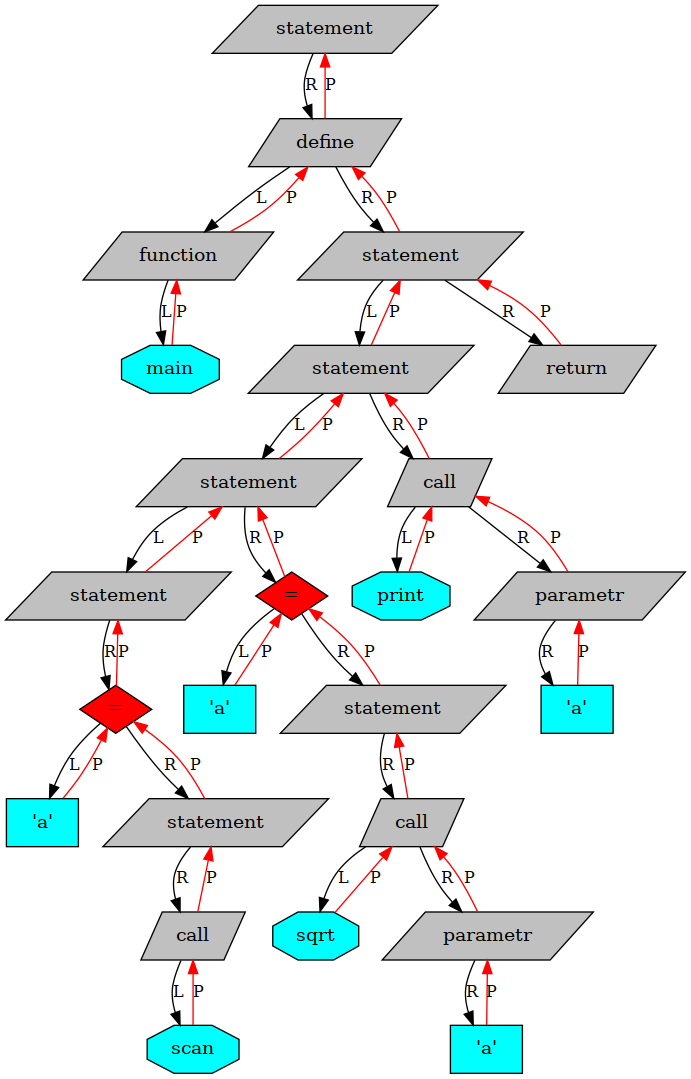
vihlancevk/MyProgrammingLanguage keeps this Graphviz diagram as graphviz.png. Above is the earlier version. Its source is kept beside it as graphviz.gv. Source of this version:
```dot
digraph Tree{

	rankdir=UD;

	node[fontsize=14];

	94392275465584[shape=record, shape=parallelogram, style="filled", fillcolor=grey, label="statement"];
	94392275465648[shape=record, shape=parallelogram, style="filled", fillcolor=grey, label="define"];
	94392275466128[shape=record, shape=parallelogram, style="filled", fillcolor=grey, label="function"];
	94392275466608[shape=record, shape=octagon, style="filled", fillcolor=cyan, label="main"];
	94392275492304[shape=record, shape=parallelogram, style="filled", fillcolor=grey, label="statement"];
	94392275489904[shape=record, shape=parallelogram, style="filled", fillcolor=grey, label="statement"];
	94392275469136[shape=record, shape=parallelogram, style="filled", fillcolor=grey, label="statement"];
	94392275467088[shape=record, shape=parallelogram, style="filled", fillcolor=grey, label="statement"];
	94392275467152[shape=record, shape=diamond, style="filled", fillcolor=red, label="="];
	94392275467632[shape=record, shape=rectangle, style="filled", fillcolor=cyan, label="'a'"];
	94392275468112[shape=record, shape=parallelogram, style="filled", fillcolor=grey, label="statement"];
	94392275468176[shape=record, shape=parallelogram, style="filled", fillcolor=grey, label="call"];
	94392275468656[shape=record, shape=octagon, style="filled", fillcolor=cyan, label="scan"];
	94392275469200[shape=record, shape=diamond, style="filled", fillcolor=red, label="="];
	94392275469264[shape=record, shape=rectangle, style="filled", fillcolor=cyan, label="'a'"];
	94392275469328[shape=record, shape=parallelogram, style="filled", fillcolor=grey, label="statement"];
	94392275469392[shape=record, shape=parallelogram, style="filled", fillcolor=grey, label="call"];
	94392275487632[shape=record, shape=octagon, style="filled", fillcolor=cyan, label="sqrt"];
	94392275488112[shape=record, shape=parallelogram, style="filled", fillcolor=grey, label="parametr"];
	94392275488176[shape=record, shape=rectangle, style="filled", fillcolor=cyan, label="'a'"];
	94392275489968[shape=record, shape=parallelogram, style="filled", fillcolor=grey, label="call"];
	94392275490448[shape=record, shape=octagon, style="filled", fillcolor=cyan, label="print"];
	94392275490928[shape=record, shape=parallelogram, style="filled", fillcolor=grey, label="parametr"];
	94392275490992[shape=record, shape=rectangle, style="filled", fillcolor=cyan, label="'a'"];
	94392275492368[shape=record, shape=parallelogram, style="filled", fillcolor=grey, label="return"];

	94392275465584 -> 94392275465648[label = "R", fontsize=12]
	94392275465648 -> 94392275465584[label = "P", color=red, fontsize=12]
	94392275465648 -> 94392275466128[label = "L", fontsize=12]
	94392275465648 -> 94392275492304[label = "R", fontsize=12]
	94392275466128 -> 94392275465648[label = "P", color=red, fontsize=12]
	94392275466128 -> 94392275466608[label = "L", fontsize=12]
	94392275466608 -> 94392275466128[label = "P", color=red, fontsize=12]
	94392275492304 -> 94392275465648[label = "P", color=red, fontsize=12]
	94392275492304 -> 94392275489904[label = "L", fontsize=12]
	94392275492304 -> 94392275492368[label = "R", fontsize=12]
	94392275489904 -> 94392275492304[label = "P", color=red, fontsize=12]
	94392275489904 -> 94392275469136[label = "L", fontsize=12]
	94392275489904 -> 94392275489968[label = "R", fontsize=12]
	94392275469136 -> 94392275489904[label = "P", color=red, fontsize=12]
	94392275469136 -> 94392275467088[label = "L", fontsize=12]
	94392275469136 -> 94392275469200[label = "R", fontsize=12]
	94392275467088 -> 94392275469136[label = "P", color=red, fontsize=12]
	94392275467088 -> 94392275467152[label = "R", fontsize=12]
	94392275467152 -> 94392275467088[label = "P", color=red, fontsize=12]
	94392275467152 -> 94392275467632[label = "L", fontsize=12]
	94392275467152 -> 94392275468112[label = "R", fontsize=12]
	94392275467632 -> 94392275467152[label = "P", color=red, fontsize=12]
	94392275468112 -> 94392275467152[label = "P", color=red, fontsize=12]
	94392275468112 -> 94392275468176[label = "R", fontsize=12]
	94392275468176 -> 94392275468112[label = "P", color=red, fontsize=12]
	94392275468176 -> 94392275468656[label = "L", fontsize=12]
	94392275468656 -> 94392275468176[label = "P", color=red, fontsize=12]
	94392275469200 -> 94392275469136[label = "P", color=red, fontsize=12]
	94392275469200 -> 94392275469264[label = "L", fontsize=12]
	94392275469200 -> 94392275469328[label = "R", fontsize=12]
	94392275469264 -> 94392275469200[label = "P", color=red, fontsize=12]
	94392275469328 -> 94392275469200[label = "P", color=red, fontsize=12]
	94392275469328 -> 94392275469392[label = "R", fontsize=12]
	94392275469392 -> 94392275469328[label = "P", color=red, fontsize=12]
	94392275469392 -> 94392275487632[label = "L", fontsize=12]
	94392275469392 -> 94392275488112[label = "R", fontsize=12]
	94392275487632 -> 94392275469392[label = "P", color=red, fontsize=12]
	94392275488112 -> 94392275469392[label = "P", color=red, fontsize=12]
	94392275488112 -> 94392275488176[label = "R", fontsize=12]
	94392275488176 -> 94392275488112[label = "P", color=red, fontsize=12]
	94392275489968 -> 94392275489904[label = "P", color=red, fontsize=12]
	94392275489968 -> 94392275490448[label = "L", fontsize=12]
	94392275489968 -> 94392275490928[label = "R", fontsize=12]
	94392275490448 -> 94392275489968[label = "P", color=red, fontsize=12]
	94392275490928 -> 94392275489968[label = "P", color=red, fontsize=12]
	94392275490928 -> 94392275490992[label = "R", fontsize=12]
	94392275490992 -> 94392275490928[label = "P", color=red, fontsize=12]
	94392275492368 -> 94392275492304[label = "P", color=red, fontsize=12]

}
```
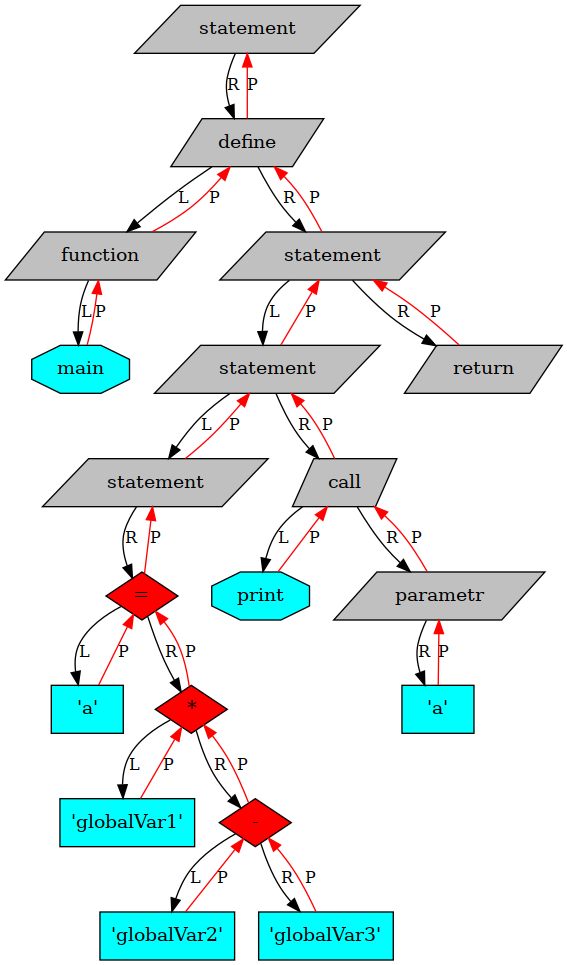
The same diagram one commit later.

Diff of the diagram source:
```diff
@@ -4,79 +4,61 @@
 
 	node[fontsize=14];
 
-	94392275465584[shape=record, shape=parallelogram, style="filled", fillcolor=grey, label="statement"];
-	94392275465648[shape=record, shape=parallelogram, style="filled", fillcolor=grey, label="define"];
-	94392275466128[shape=record, shape=parallelogram, style="filled", fillcolor=grey, label="function"];
-	94392275466608[shape=record, shape=octagon, style="filled", fillcolor=cyan, label="main"];
-	94392275492304[shape=record, shape=parallelogram, style="filled", fillcolor=grey, label="statement"];
-	94392275489904[shape=record, shape=parallelogram, style="filled", fillcolor=grey, label="statement"];
-	94392275469136[shape=record, shape=parallelogram, style="filled", fillcolor=grey, label="statement"];
-	94392275467088[shape=record, shape=parallelogram, style="filled", fillcolor=grey, label="statement"];
-	94392275467152[shape=record, shape=diamond, style="filled", fillcolor=red, label="="];
-	94392275467632[shape=record, shape=rectangle, style="filled", fillcolor=cyan, label="'a'"];
-	94392275468112[shape=record, shape=parallelogram, style="filled", fillcolor=grey, label="statement"];
-	94392275468176[shape=record, shape=parallelogram, style="filled", fillcolor=grey, label="call"];
-	94392275468656[shape=record, shape=octagon, style="filled", fillcolor=cyan, label="scan"];
-	94392275469200[shape=record, shape=diamond, style="filled", fillcolor=red, label="="];
-	94392275469264[shape=record, shape=rectangle, style="filled", fillcolor=cyan, label="'a'"];
-	94392275469328[shape=record, shape=parallelogram, style="filled", fillcolor=grey, label="statement"];
-	94392275469392[shape=record, shape=parallelogram, style="filled", fillcolor=grey, label="call"];
-	94392275487632[shape=record, shape=octagon, style="filled", fillcolor=cyan, label="sqrt"];
-	94392275488112[shape=record, shape=parallelogram, style="filled", fillcolor=grey, label="parametr"];
-	94392275488176[shape=record, shape=rectangle, style="filled", fillcolor=cyan, label="'a'"];
-	94392275489968[shape=record, shape=parallelogram, style="filled", fillcolor=grey, label="call"];
-	94392275490448[shape=record, shape=octagon, style="filled", fillcolor=cyan, label="print"];
-	94392275490928[shape=record, shape=parallelogram, style="filled", fillcolor=grey, label="parametr"];
-	94392275490992[shape=record, shape=rectangle, style="filled", fillcolor=cyan, label="'a'"];
-	94392275492368[shape=record, shape=parallelogram, style="filled", fillcolor=grey, label="return"];
+	93962177858544[shape=record, shape=parallelogram, style="filled", fillcolor=grey, label="statement"];
+	93962177858608[shape=record, shape=parallelogram, style="filled", fillcolor=grey, label="define"];
+	93962177859088[shape=record, shape=parallelogram, style="filled", fillcolor=grey, label="function"];
+	93962177859568[shape=record, shape=octagon, style="filled", fillcolor=cyan, label="main"];
+	93962177882448[shape=record, shape=parallelogram, style="filled", fillcolor=grey, label="statement"];
+	93962177880048[shape=record, shape=parallelogram, style="filled", fillcolor=grey, label="statement"];
+	93962177860048[shape=record, shape=parallelogram, style="filled", fillcolor=grey, label="statement"];
+	93962177860112[shape=record, shape=diamond, style="filled", fillcolor=red, label="="];
+	93962177860592[shape=record, shape=rectangle, style="filled", fillcolor=cyan, label="'a'"];
+	93962177879152[shape=record, shape=diamond, style="filled", fillcolor=red, label="*"];
+	93962177860656[shape=record, shape=rectangle, style="filled", fillcolor=cyan, label="'globalVar1'"];
+	93962177878672[shape=record, shape=diamond, style="filled", fillcolor=red, label="-"];
+	93962177860720[shape=record, shape=rectangle, style="filled", fillcolor=cyan, label="'globalVar2'"];
+	93962177878192[shape=record, shape=rectangle, style="filled", fillcolor=cyan, label="'globalVar3'"];
+	93962177880112[shape=record, shape=parallelogram, style="filled", fillcolor=grey, label="call"];
+	93962177880592[shape=record, shape=octagon, style="filled", fillcolor=cyan, label="print"];
+	93962177881072[shape=record, shape=parallelogram, style="filled", fillcolor=grey, label="parametr"];
+	93962177881136[shape=record, shape=rectangle, style="filled", fillcolor=cyan, label="'a'"];
+	93962177882512[shape=record, shape=parallelogram, style="filled", fillcolor=grey, label="return"];
 
-	94392275465584 -> 94392275465648[label = "R", fontsize=12]
-	94392275465648 -> 94392275465584[label = "P", color=red, fontsize=12]
-	94392275465648 -> 94392275466128[label = "L", fontsize=12]
-	94392275465648 -> 94392275492304[label = "R", fontsize=12]
-	94392275466128 -> 94392275465648[label = "P", color=red, fontsize=12]
-	94392275466128 -> 94392275466608[label = "L", fontsize=12]
-	94392275466608 -> 94392275466128[label = "P", color=red, fontsize=12]
-	94392275492304 -> 94392275465648[label = "P", color=red, fontsize=12]
-	94392275492304 -> 94392275489904[label = "L", fontsize=12]
-	94392275492304 -> 94392275492368[label = "R", fontsize=12]
-	94392275489904 -> 94392275492304[label = "P", color=red, fontsize=12]
-	94392275489904 -> 94392275469136[label = "L", fontsize=12]
-	94392275489904 -> 94392275489968[label = "R", fontsize=12]
-	94392275469136 -> 94392275489904[label = "P", color=red, fontsize=12]
-	94392275469136 -> 94392275467088[label = "L", fontsize=12]
-	94392275469136 -> 94392275469200[label = "R", fontsize=12]
-	94392275467088 -> 94392275469136[label = "P", color=red, fontsize=12]
-	94392275467088 -> 94392275467152[label = "R", fontsize=12]
-	94392275467152 -> 94392275467088[label = "P", color=red, fontsize=12]
-	94392275467152 -> 94392275467632[label = "L", fontsize=12]
-	94392275467152 -> 94392275468112[label = "R", fontsize=12]
-	94392275467632 -> 94392275467152[label = "P", color=red, fontsize=12]
-	94392275468112 -> 94392275467152[label = "P", color=red, fontsize=12]
-	94392275468112 -> 94392275468176[label = "R", fontsize=12]
-	94392275468176 -> 94392275468112[label = "P", color=red, fontsize=12]
-	94392275468176 -> 94392275468656[label = "L", fontsize=12]
-	94392275468656 -> 94392275468176[label = "P", color=red, fontsize=12]
-	94392275469200 -> 94392275469136[label = "P", color=red, fontsize=12]
-	94392275469200 -> 94392275469264[label = "L", fontsize=12]
-	94392275469200 -> 94392275469328[label = "R", fontsize=12]
-	94392275469264 -> 94392275469200[label = "P", color=red, fontsize=12]
-	94392275469328 -> 94392275469200[label = "P", color=red, fontsize=12]
-	94392275469328 -> 94392275469392[label = "R", fontsize=12]
-	94392275469392 -> 94392275469328[label = "P", color=red, fontsize=12]
-	94392275469392 -> 94392275487632[label = "L", fontsize=12]
-	94392275469392 -> 94392275488112[label = "R", fontsize=12]
-	94392275487632 -> 94392275469392[label = "P", color=red, fontsize=12]
-	94392275488112 -> 94392275469392[label = "P", color=red, fontsize=12]
-	94392275488112 -> 94392275488176[label = "R", fontsize=12]
-	94392275488176 -> 94392275488112[label = "P", color=red, fontsize=12]
-	94392275489968 -> 94392275489904[label = "P", color=red, fontsize=12]
-	94392275489968 -> 94392275490448[label = "L", fontsize=12]
-	94392275489968 -> 94392275490928[label = "R", fontsize=12]
-	94392275490448 -> 94392275489968[label = "P", color=red, fontsize=12]
-	94392275490928 -> 94392275489968[label = "P", color=red, fontsize=12]
-	94392275490928 -> 94392275490992[label = "R", fontsize=12]
-	94392275490992 -> 94392275490928[label = "P", color=red, fontsize=12]
-	94392275492368 -> 94392275492304[label = "P", color=red, fontsize=12]
+	93962177858544 -> 93962177858608[label = "R", fontsize=12]
+	93962177858608 -> 93962177858544[label = "P", color=red, fontsize=12]
+	93962177858608 -> 93962177859088[label = "L", fontsize=12]
+	93962177858608 -> 93962177882448[label = "R", fontsize=12]
+	93962177859088 -> 93962177858608[label = "P", color=red, fontsize=12]
+	93962177859088 -> 93962177859568[label = "L", fontsize=12]
+	93962177859568 -> 93962177859088[label = "P", color=red, fontsize=12]
+	93962177882448 -> 93962177858608[label = "P", color=red, fontsize=12]
+	93962177882448 -> 93962177880048[label = "L", fontsize=12]
+	93962177882448 -> 93962177882512[label = "R", fontsize=12]
+	93962177880048 -> 93962177882448[label = "P", color=red, fontsize=12]
+	93962177880048 -> 93962177860048[label = "L", fontsize=12]
+	93962177880048 -> 93962177880112[label = "R", fontsize=12]
+	93962177860048 -> 93962177880048[label = "P", color=red, fontsize=12]
+	93962177860048 -> 93962177860112[label = "R", fontsize=12]
+	93962177860112 -> 93962177860048[label = "P", color=red, fontsize=12]
+	93962177860112 -> 93962177860592[label = "L", fontsize=12]
+	93962177860112 -> 93962177879152[label = "R", fontsize=12]
+	93962177860592 -> 93962177860112[label = "P", color=red, fontsize=12]
+	93962177879152 -> 93962177860112[label = "P", color=red, fontsize=12]
+	93962177879152 -> 93962177860656[label = "L", fontsize=12]
+	93962177879152 -> 93962177878672[label = "R", fontsize=12]
+	93962177860656 -> 93962177879152[label = "P", color=red, fontsize=12]
+	93962177878672 -> 93962177879152[label = "P", color=red, fontsize=12]
+	93962177878672 -> 93962177860720[label = "L", fontsize=12]
+	93962177878672 -> 93962177878192[label = "R", fontsize=12]
+	93962177860720 -> 93962177878672[label = "P", color=red, fontsize=12]
+	93962177878192 -> 93962177878672[label = "P", color=red, fontsize=12]
+	93962177880112 -> 93962177880048[label = "P", color=red, fontsize=12]
+	93962177880112 -> 93962177880592[label = "L", fontsize=12]
+	93962177880112 -> 93962177881072[label = "R", fontsize=12]
+	93962177880592 -> 93962177880112[label = "P", color=red, fontsize=12]
+	93962177881072 -> 93962177880112[label = "P", color=red, fontsize=12]
+	93962177881072 -> 93962177881136[label = "R", fontsize=12]
+	93962177881136 -> 93962177881072[label = "P", color=red, fontsize=12]
+	93962177882512 -> 93962177882448[label = "P", color=red, fontsize=12]
 
 }
```
